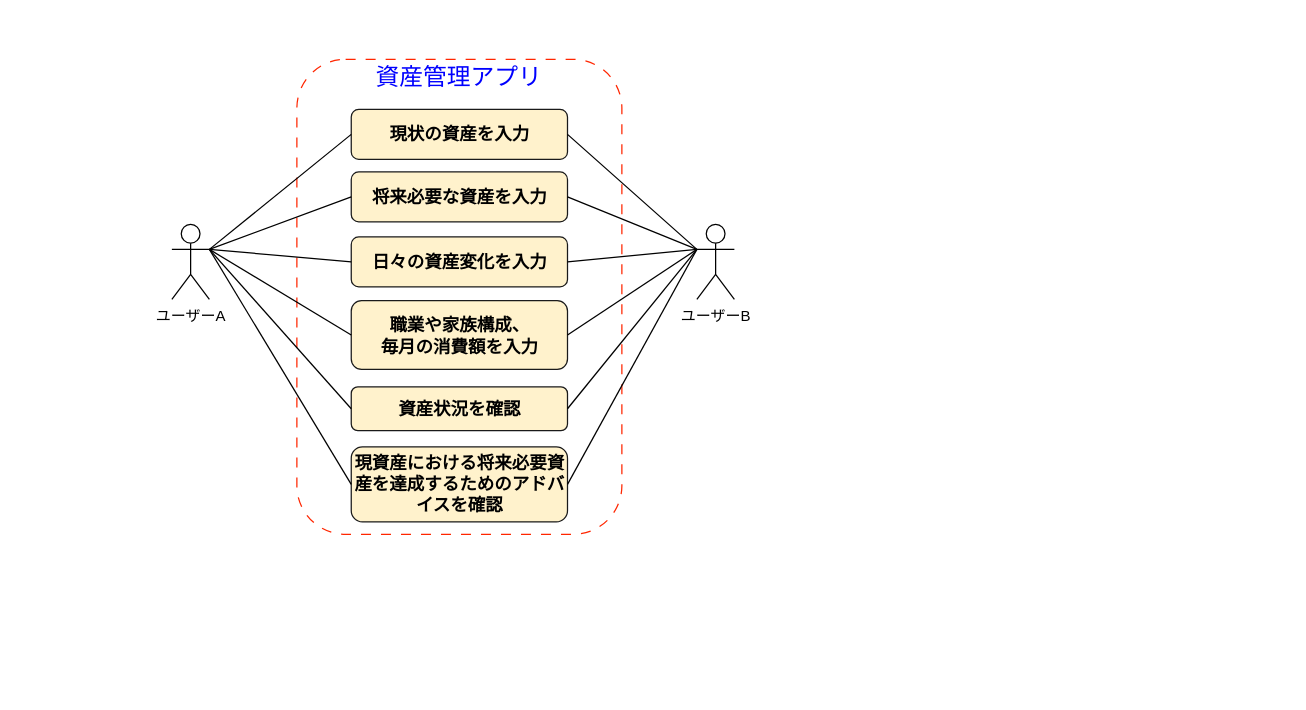
The draw.io diagram page "ユースケース図" (2 of 2) of コンテキスト図.drawio in 10mo8mi2/20231121_Udemy_-_-, before the edit. Source tidied: cells renumbered, new cells numbered last; positions are measured from the earlier drawing's top-left corner, leaving out a move shared by most shapes. Both pictures are drawn from the tidied source at 125%, with x=0, y=0 at pixel (171, 59).
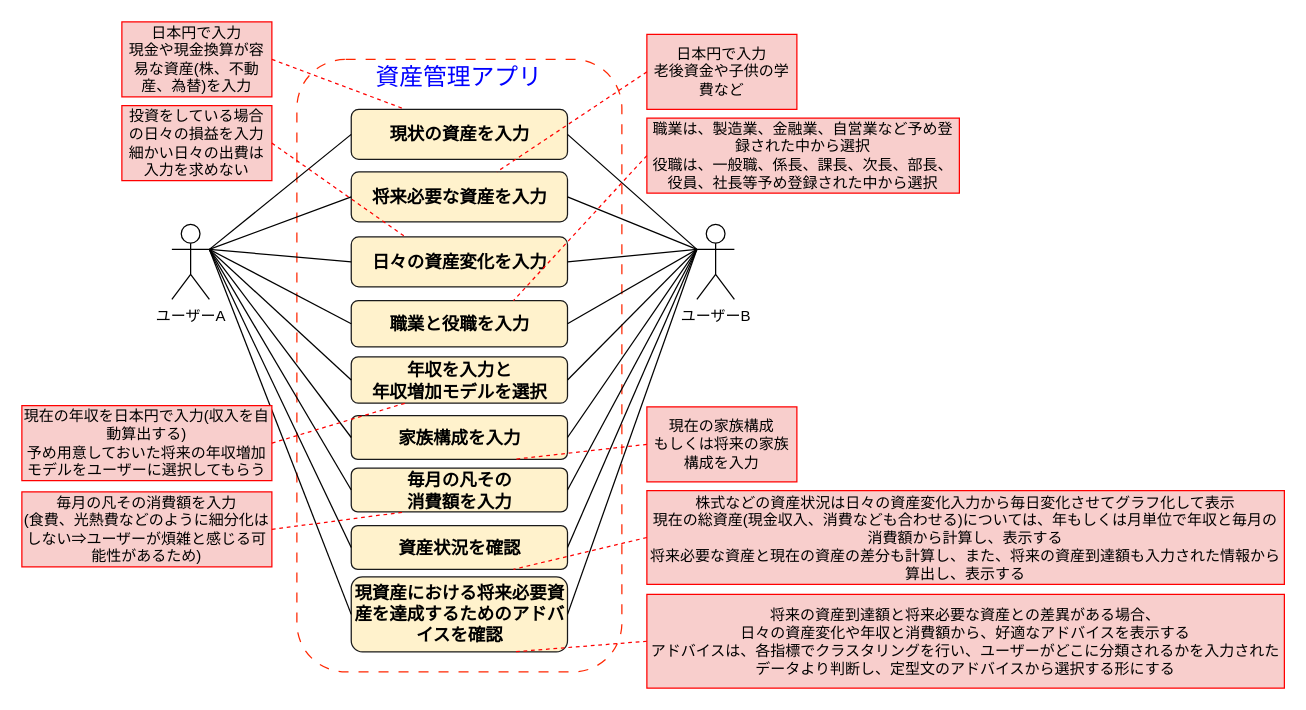
The same diagram, later.

Commit message (it also covers changes not shown here):
コンテキスト図.drawio を更新します

The change refers to these unchanged cells:
```xml
<mxCell id="2" value="ユーザーA" style="shape=umlActor;verticalLabelPosition=bottom;verticalAlign=top;html=1;outlineConnect=0;" parent="1" vertex="1">
  <mxGeometry y="132" width="30" height="60" as="geometry" />
</mxCell>
<mxCell id="3" value="ユーザーB" style="shape=umlActor;verticalLabelPosition=bottom;verticalAlign=top;html=1;outlineConnect=0;" parent="1" vertex="1">
  <mxGeometry x="420" y="132" width="30" height="60" as="geometry" />
</mxCell>
<mxCell id="6" value="&lt;b&gt;&lt;font style=&quot;font-size: 14px;&quot;&gt;現状の資産を入力&lt;/font&gt;&lt;/b&gt;" style="rounded=1;whiteSpace=wrap;html=1;fillColor=#fff2cc;strokeColor=#1A1A1A;" parent="1" vertex="1">
  <mxGeometry x="143.5" y="40" width="173" height="40" as="geometry" />
</mxCell>
<mxCell id="7" value="&lt;b&gt;&lt;font style=&quot;font-size: 14px;&quot;&gt;将来必要な資産を入力&lt;/font&gt;&lt;/b&gt;" style="rounded=1;whiteSpace=wrap;html=1;fillColor=#fff2cc;strokeColor=#1A1A1A;" parent="1" vertex="1">
  <mxGeometry x="143.5" y="90" width="173" height="40" as="geometry" />
</mxCell>
<mxCell id="8" value="&lt;b&gt;&lt;font style=&quot;font-size: 14px;&quot;&gt;日々の資産変化を入力&lt;/font&gt;&lt;/b&gt;" style="rounded=1;whiteSpace=wrap;html=1;fillColor=#fff2cc;strokeColor=#1A1A1A;" parent="1" vertex="1">
  <mxGeometry x="143.5" y="142" width="173" height="40" as="geometry" />
</mxCell>
```

Change to the diagram source:
```diff
@@
     <mxCell id="4" style="rounded=1;whiteSpace=wrap;html=1;fillColor=none;strokeColor=#ff2600;dashed=1;dashPattern=8 8;" parent="1" vertex="1">
-      <mxGeometry x="100" width="260" height="380" as="geometry" />
+      <mxGeometry x="100" width="260" height="490" as="geometry" />
     </mxCell>
@@
-    <mxCell id="9" value="&lt;span style=&quot;font-size: 14px;&quot;&gt;&lt;b&gt;職業や家族構成、&lt;br&gt;毎月の消費額を入力&lt;/b&gt;&lt;/span&gt;" style="rounded=1;whiteSpace=wrap;html=1;fillColor=#fff2cc;strokeColor=#1A1A1A;" parent="1" vertex="1">
-      <mxGeometry x="143.5" y="193" width="173" height="55" as="geometry" />
+    <mxCell id="9" value="&lt;span style=&quot;font-size: 14px;&quot;&gt;&lt;b&gt;職業と役職を入力&lt;/b&gt;&lt;/span&gt;" style="rounded=1;whiteSpace=wrap;html=1;fillColor=#fff2cc;strokeColor=#1A1A1A;" parent="1" vertex="1">
+      <mxGeometry x="143.5" y="193" width="173" height="37" as="geometry" />
     </mxCell>
     <mxCell id="10" value="&lt;span style=&quot;font-size: 14px;&quot;&gt;&lt;b&gt;資産状況を確認&lt;/b&gt;&lt;/span&gt;" style="rounded=1;whiteSpace=wrap;html=1;fillColor=#fff2cc;strokeColor=#1A1A1A;" parent="1" vertex="1">
-      <mxGeometry x="143.5" y="262" width="173" height="35" as="geometry" />
+      <mxGeometry x="143.5" y="373" width="173" height="35" as="geometry" />
     </mxCell>
     <mxCell id="11" value="&lt;span style=&quot;font-size: 14px;&quot;&gt;&lt;b&gt;現資産における将来必要資産を達成するためのアドバイスを確認&lt;/b&gt;&lt;/span&gt;" style="rounded=1;whiteSpace=wrap;html=1;fillColor=#fff2cc;strokeColor=#1A1A1A;" parent="1" vertex="1">
-      <mxGeometry x="143.5" y="310" width="173" height="60" as="geometry" />
+      <mxGeometry x="143.5" y="414" width="173" height="60" as="geometry" />
     </mxCell>
@@
+    <mxCell id="24" value="日本円で入力&lt;br&gt;現金や現金換算が容易な資産(株、不動産、為替)を入力" style="rounded=0;whiteSpace=wrap;html=1;fillColor=#f8cecc;strokeColor=#FF0000;" parent="1" vertex="1">
+      <mxGeometry x="-40" y="-30" width="120" height="60" as="geometry" />
+    </mxCell>
+    <mxCell id="25" style="endArrow=none;html=1;rounded=0;exitX=1;exitY=0.5;exitDx=0;exitDy=0;entryX=0.25;entryY=0;entryDx=0;entryDy=0;strokeWidth=1;dashed=1;strokeColor=#FF0000;" parent="1" edge="1" source="24" target="6">
+      <mxGeometry relative="1" as="geometry" />
+    </mxCell>
+    <mxCell id="26" value="日本円で入力&lt;br&gt;老後資金や子供の学費など" style="rounded=0;whiteSpace=wrap;html=1;fillColor=#f8cecc;strokeColor=#FF0000;" parent="1" vertex="1">
+      <mxGeometry x="380" y="-20" width="120" height="60" as="geometry" />
+    </mxCell>
+    <mxCell id="27" style="endArrow=none;html=1;rounded=0;exitX=0;exitY=0.5;exitDx=0;exitDy=0;strokeWidth=1;dashed=1;strokeColor=#FF0000;" parent="1" edge="1" source="26" target="7">
+      <mxGeometry relative="1" as="geometry" />
+    </mxCell>
+    <mxCell id="28" value="投資をしている場合の日々の損益を入力&lt;br&gt;細かい日々の出費は入力を求めない" style="rounded=0;whiteSpace=wrap;html=1;fillColor=#f8cecc;strokeColor=#FF0000;" parent="1" vertex="1">
+      <mxGeometry x="-40" y="37" width="120" height="60" as="geometry" />
+    </mxCell>
+    <mxCell id="29" style="endArrow=none;html=1;rounded=0;exitX=1;exitY=0.5;exitDx=0;exitDy=0;entryX=0.25;entryY=0;entryDx=0;entryDy=0;strokeWidth=1;dashed=1;strokeColor=#FF0000;" parent="1" edge="1" source="28" target="8">
+      <mxGeometry relative="1" as="geometry" />
+    </mxCell>
+    <mxCell id="30" value="職業は、製造業、金融業、自営業など予め登録された中から選択&lt;br&gt;役職は、一般職、係長、課長、次長、部長、役員、社長等予め登録された中から選択" style="rounded=0;whiteSpace=wrap;html=1;fillColor=#f8cecc;strokeColor=#FF0000;" parent="1" vertex="1">
+      <mxGeometry x="380" y="47" width="250" height="60" as="geometry" />
+    </mxCell>
+    <mxCell id="31" style="endArrow=none;html=1;rounded=0;exitX=0;exitY=0.5;exitDx=0;exitDy=0;entryX=0.75;entryY=0;entryDx=0;entryDy=0;strokeWidth=1;dashed=1;strokeColor=#FF0000;" parent="1" edge="1" source="30" target="9">
+      <mxGeometry relative="1" as="geometry" />
+    </mxCell>
+    <mxCell id="32" value="&lt;span style=&quot;font-size: 14px;&quot;&gt;&lt;b&gt;家族構成を入力&lt;/b&gt;&lt;/span&gt;" style="rounded=1;whiteSpace=wrap;html=1;fillColor=#fff2cc;strokeColor=#1A1A1A;" parent="1" vertex="1">
+      <mxGeometry x="143.5" y="285" width="173" height="35" as="geometry" />
+    </mxCell>
+    <mxCell id="33" style="endArrow=none;html=1;rounded=0;entryX=0;entryY=0.5;entryDx=0;entryDy=0;exitX=1;exitY=0.3333333333333333;exitDx=0;exitDy=0;exitPerimeter=0;" parent="1" edge="1" source="2" target="32">
+      <mxGeometry relative="1" as="geometry" />
+    </mxCell>
+    <mxCell id="34" style="endArrow=none;html=1;rounded=0;exitX=1;exitY=0.5;exitDx=0;exitDy=0;entryX=0;entryY=0.3333333333333333;entryDx=0;entryDy=0;entryPerimeter=0;" parent="1" edge="1" source="32" target="3">
+      <mxGeometry relative="1" as="geometry" />
+    </mxCell>
+    <mxCell id="35" value="&lt;span style=&quot;font-size: 14px;&quot;&gt;&lt;b&gt;毎月の凡その&lt;br&gt;消費額を入力&lt;/b&gt;&lt;/span&gt;" style="rounded=1;whiteSpace=wrap;html=1;fillColor=#fff2cc;strokeColor=#1A1A1A;" parent="1" vertex="1">
+      <mxGeometry x="143.5" y="327" width="173" height="35" as="geometry" />
+    </mxCell>
+    <mxCell id="36" style="endArrow=none;html=1;rounded=0;entryX=0;entryY=0.5;entryDx=0;entryDy=0;exitX=1;exitY=0.3333333333333333;exitDx=0;exitDy=0;exitPerimeter=0;" parent="1" edge="1" source="2" target="35">
+      <mxGeometry relative="1" as="geometry" />
+    </mxCell>
+    <mxCell id="37" style="endArrow=none;html=1;rounded=0;exitX=1;exitY=0.5;exitDx=0;exitDy=0;entryX=0;entryY=0.3333333333333333;entryDx=0;entryDy=0;entryPerimeter=0;" parent="1" edge="1" source="35" target="3">
+      <mxGeometry relative="1" as="geometry" />
+    </mxCell>
+    <mxCell id="38" value="&lt;span style=&quot;font-size: 14px;&quot;&gt;&lt;b&gt;年収を入力と&lt;br&gt;年収増加モデルを選択&lt;br&gt;&lt;/b&gt;&lt;/span&gt;" style="rounded=1;whiteSpace=wrap;html=1;fillColor=#fff2cc;strokeColor=#1A1A1A;" parent="1" vertex="1">
+      <mxGeometry x="143.5" y="238" width="173" height="37" as="geometry" />
+    </mxCell>
+    <mxCell id="39" style="endArrow=none;html=1;rounded=0;entryX=0;entryY=0.5;entryDx=0;entryDy=0;exitX=1;exitY=0.3333333333333333;exitDx=0;exitDy=0;exitPerimeter=0;" parent="1" edge="1" source="2" target="38">
+      <mxGeometry relative="1" as="geometry" />
+    </mxCell>
+    <mxCell id="40" style="endArrow=none;html=1;rounded=0;exitX=1;exitY=0.5;exitDx=0;exitDy=0;entryX=0;entryY=0.3333333333333333;entryDx=0;entryDy=0;entryPerimeter=0;" parent="1" edge="1" source="38" target="3">
+      <mxGeometry relative="1" as="geometry" />
+    </mxCell>
+    <mxCell id="41" value="現在の年収を日本円で入力(収入を自動算出する)&lt;br&gt;予め用意しておいた将来の年収増加モデルをユーザーに選択してもらう" style="rounded=0;whiteSpace=wrap;html=1;fillColor=#f8cecc;strokeColor=#FF0000;" parent="1" vertex="1">
+      <mxGeometry x="-120" y="277" width="200" height="60" as="geometry" />
+    </mxCell>
+    <mxCell id="42" style="endArrow=none;html=1;rounded=0;exitX=1;exitY=0.5;exitDx=0;exitDy=0;entryX=0.25;entryY=1;entryDx=0;entryDy=0;strokeWidth=1;dashed=1;strokeColor=#FF0000;" parent="1" edge="1" source="41" target="38">
+      <mxGeometry relative="1" as="geometry" />
+    </mxCell>
+    <mxCell id="43" value="毎月の凡その消費額を入力&lt;br&gt;(食費、光熱費などのように細分化はしない⇒ユーザーが煩雑と感じる可能性があるため)" style="rounded=0;whiteSpace=wrap;html=1;fillColor=#f8cecc;strokeColor=#FF0000;" parent="1" vertex="1">
+      <mxGeometry x="-120" y="346" width="200" height="60" as="geometry" />
+    </mxCell>
+    <mxCell id="44" style="endArrow=none;html=1;rounded=0;exitX=1;exitY=0.5;exitDx=0;exitDy=0;entryX=0.25;entryY=1;entryDx=0;entryDy=0;strokeWidth=1;dashed=1;strokeColor=#FF0000;" parent="1" edge="1" source="43" target="35">
+      <mxGeometry relative="1" as="geometry" />
+    </mxCell>
+    <mxCell id="45" value="現在の家族構成&lt;br&gt;もしくは将来の家族構成を入力" style="rounded=0;whiteSpace=wrap;html=1;fillColor=#f8cecc;strokeColor=#FF0000;" parent="1" vertex="1">
+      <mxGeometry x="380" y="278" width="120" height="60" as="geometry" />
+    </mxCell>
+    <mxCell id="46" style="endArrow=none;html=1;rounded=0;exitX=0;exitY=0.5;exitDx=0;exitDy=0;strokeWidth=1;dashed=1;strokeColor=#FF0000;entryX=0.75;entryY=1;entryDx=0;entryDy=0;" parent="1" edge="1" source="45" target="32">
+      <mxGeometry relative="1" as="geometry" />
+    </mxCell>
+    <mxCell id="47" value="株式などの資産状況は日々の資産変化入力から毎日変化させてグラフ化して表示&lt;br&gt;現在の総資産(現金収入、消費なども合わせる)については、年もしくは月単位で年収と毎月の消費額から計算し、表示する&lt;br&gt;将来必要な資産と現在の資産の差分も計算し、また、将来の資産到達額も入力された情報から算出し、表示する" style="rounded=0;whiteSpace=wrap;html=1;fillColor=#f8cecc;strokeColor=#FF0000;" parent="1" vertex="1">
+      <mxGeometry x="380" y="345" width="510" height="75" as="geometry" />
+    </mxCell>
+    <mxCell id="48" style="endArrow=none;html=1;rounded=0;exitX=0;exitY=0.5;exitDx=0;exitDy=0;strokeWidth=1;dashed=1;strokeColor=#FF0000;entryX=0.75;entryY=1;entryDx=0;entryDy=0;" parent="1" edge="1" source="47" target="10">
+      <mxGeometry relative="1" as="geometry" />
+    </mxCell>
+    <mxCell id="49" value="将来の資産到達額と将来必要な資産との差異がある場合、&lt;br&gt;日々の資産変化や年収と消費額から、好適なアドバイスを表示する&lt;br&gt;アドバイスは、各指標でクラスタリングを行い、ユーザーがどこに分類されるかを入力されたデータより判断し、定型文のアドバイスから選択する形にする" style="rounded=0;whiteSpace=wrap;html=1;fillColor=#f8cecc;strokeColor=#FF0000;" parent="1" vertex="1">
+      <mxGeometry x="380" y="428" width="510" height="75" as="geometry" />
+    </mxCell>
+    <mxCell id="50" style="endArrow=none;html=1;rounded=0;exitX=0;exitY=0.5;exitDx=0;exitDy=0;strokeWidth=1;dashed=1;strokeColor=#FF0000;entryX=0.75;entryY=1;entryDx=0;entryDy=0;" parent="1" edge="1" source="49" target="11">
+      <mxGeometry relative="1" as="geometry" />
+    </mxCell>
```
